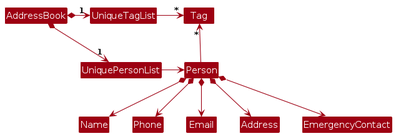
This is diagrams/BetterModelClassDiagram.png from AY2425S1-CS2103-F10-2/tp, a PlantUML export, as it was before one commit. Its source is kept beside it as diagrams/BetterModelClassDiagram.puml. The source it was exported from:
```plantuml
@startuml
!include style.puml
skinparam arrowThickness 1.1
skinparam arrowColor MODEL_COLOR
skinparam classBackgroundColor MODEL_COLOR

AddressBook *-right-> "1" UniquePersonList
AddressBook *-right-> "1" UniqueTagList
UniqueTagList -[hidden]down- UniquePersonList
UniqueTagList -[hidden]down- UniquePersonList

UniqueTagList -right-> "*" Tag
UniquePersonList -right-> Person

Person -up-> "*" Tag

Person *--> Name
Person *--> Phone
Person *--> Email
Person *--> Address
Person *--> EmergencyContact
@enduml
```
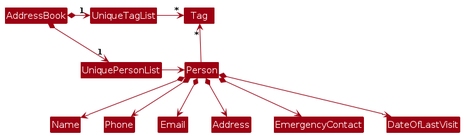
The same file after the commit.

Change to the diagram source:
```diff
@@ -19,4 +19,5 @@
 Person *--> Email
 Person *--> Address
 Person *--> EmergencyContact
+Person *--> DateOfLastVisit
 @enduml
```
